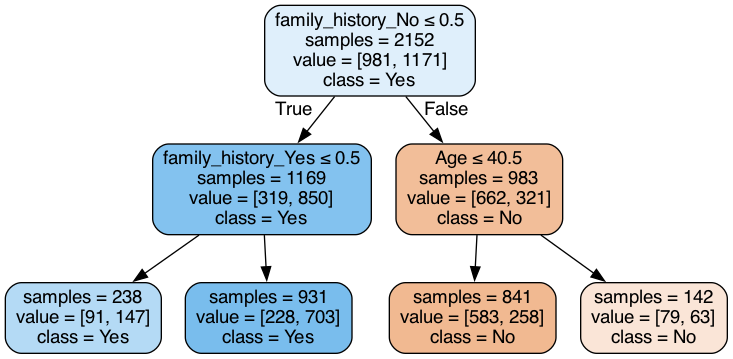
Earlier version of the Graphviz export output/tree.gv.png (cadej09/CSE-163-Final-Project). Its source is kept beside it as output/tree.gv.
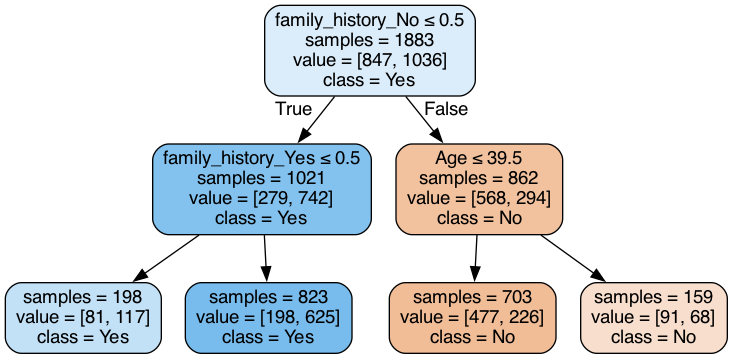
The same file after the commit.

Diff of the diagram source:
```diff
@@ -1,17 +1,17 @@
 digraph Tree {
 node [shape=box, style="filled, rounded", color="black", fontname="helvetica"] ;
 edge [fontname="helvetica"] ;
-0 [label=<family_history_No &le; 0.5<br/>samples = 2152<br/>value = [981, 1171]<br/>class = Yes>, fillcolor="#dfeffb"] ;
-1 [label=<family_history_Yes &le; 0.5<br/>samples = 1169<br/>value = [319, 850]<br/>class = Yes>, fillcolor="#83c2ef"] ;
+0 [label=<family_history_No &le; 0.5<br/>samples = 1883<br/>value = [847, 1036]<br/>class = Yes>, fillcolor="#dbedfa"] ;
+1 [label=<family_history_Yes &le; 0.5<br/>samples = 1021<br/>value = [279, 742]<br/>class = Yes>, fillcolor="#83c2ef"] ;
 0 -> 1 [labeldistance=2.5, labelangle=45, headlabel="True"] ;
-2 [label=<samples = 238<br/>value = [91, 147]<br/>class = Yes>, fillcolor="#b4daf5"] ;
+2 [label=<samples = 198<br/>value = [81, 117]<br/>class = Yes>, fillcolor="#c2e1f7"] ;
 1 -> 2 ;
-3 [label=<samples = 931<br/>value = [228, 703]<br/>class = Yes>, fillcolor="#79bded"] ;
+3 [label=<samples = 823<br/>value = [198, 625]<br/>class = Yes>, fillcolor="#78bced"] ;
 1 -> 3 ;
-4 [label=<Age &le; 40.5<br/>samples = 983<br/>value = [662, 321]<br/>class = No>, fillcolor="#f2be99"] ;
+4 [label=<Age &le; 39.5<br/>samples = 862<br/>value = [568, 294]<br/>class = No>, fillcolor="#f2c29f"] ;
 0 -> 4 [labeldistance=2.5, labelangle=-45, headlabel="False"] ;
-5 [label=<samples = 841<br/>value = [583, 258]<br/>class = No>, fillcolor="#f1b991"] ;
+5 [label=<samples = 703<br/>value = [477, 226]<br/>class = No>, fillcolor="#f1bd97"] ;
 4 -> 5 ;
-6 [label=<samples = 142<br/>value = [79, 63]<br/>class = No>, fillcolor="#fae5d7"] ;
+6 [label=<samples = 159<br/>value = [91, 68]<br/>class = No>, fillcolor="#f8dfcd"] ;
 4 -> 6 ;
 }
```
